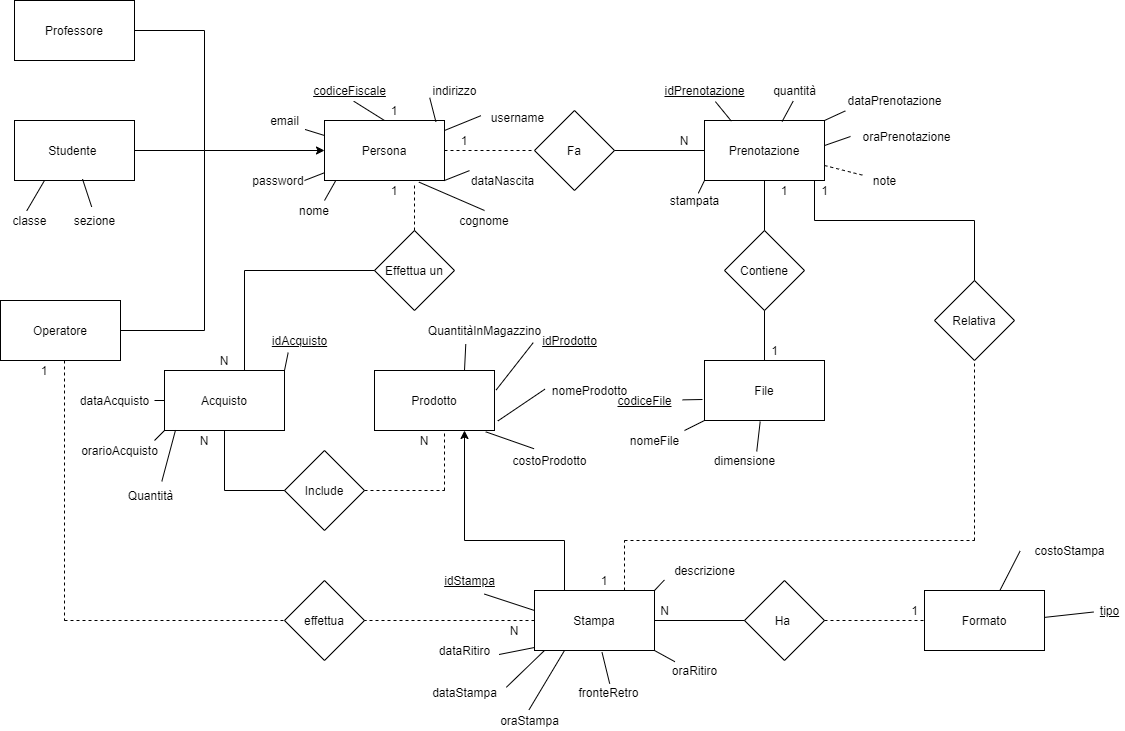
Above: Documentazione/Documentazione/Progettazione/ER .png in Depog/ProgettoInformatica (draw.io), before the change. Source tidied: cells renumbered, new cells last; positions are measured from the earlier drawing's top-left corner, leaving out a move shared by most shapes.
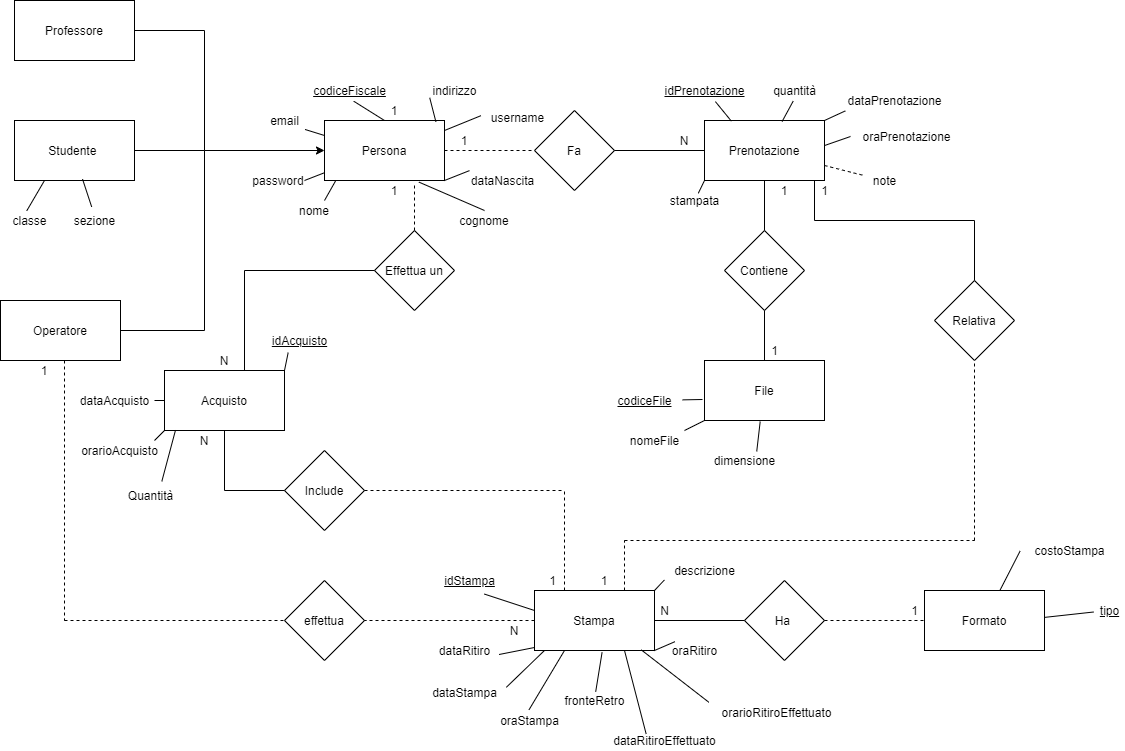
The same file after the commit.

The edit, as a diff of the source:
```diff
@@ -59,9 +59,6 @@
     <mxCell id="20" value="Effettua un" style="rhombus;whiteSpace=wrap;html=1;" parent="1" vertex="1">
       <mxGeometry x="374" y="230" width="80" height="80" as="geometry" />
     </mxCell>
-    <mxCell id="21" value="Prodotto" style="rounded=0;whiteSpace=wrap;html=1;" parent="1" vertex="1">
-      <mxGeometry x="374" y="370" width="120" height="60" as="geometry" />
-    </mxCell>
     <mxCell id="22" style="endArrow=none;dashed=1;html=1;entryX=1;entryY=0.25;entryDx=0;entryDy=0;exitX=0.5;exitY=0;exitDx=0;exitDy=0;" parent="1" edge="1" source="20" target="24">
       <mxGeometry relative="1" as="geometry" />
     </mxCell>
@@ -191,24 +188,6 @@
     <mxCell id="59" style="endArrow=none;html=1;entryX=-0.035;entryY=0.576;entryDx=0;entryDy=0;entryPerimeter=0;exitX=1.001;exitY=0.448;exitDx=0;exitDy=0;exitPerimeter=0;" parent="1" edge="1" source="9" target="58">
       <mxGeometry relative="1" as="geometry" />
     </mxCell>
-    <mxCell id="60" value="&lt;u&gt;idProdotto&lt;/u&gt;" style="text;html=1;align=center;verticalAlign=middle;points=[];" parent="1" vertex="1">
-      <mxGeometry x="534" y="330" width="70" height="20" as="geometry" />
-    </mxCell>
-    <mxCell id="61" value="nomeProdotto" style="text;html=1;align=center;verticalAlign=middle;points=[];" parent="1" vertex="1">
-      <mxGeometry x="544" y="380" width="90" height="20" as="geometry" />
-    </mxCell>
-    <mxCell id="62" value="costoProdotto" style="text;html=1;align=center;verticalAlign=middle;points=[];" parent="1" vertex="1">
-      <mxGeometry x="504" y="450" width="90" height="20" as="geometry" />
-    </mxCell>
-    <mxCell id="63" style="endArrow=none;html=1;entryX=-0.018;entryY=0.607;entryDx=0;entryDy=0;entryPerimeter=0;exitX=1.014;exitY=0.324;exitDx=0;exitDy=0;exitPerimeter=0;" parent="1" edge="1" source="21" target="60">
-      <mxGeometry relative="1" as="geometry" />
-    </mxCell>
-    <mxCell id="64" style="endArrow=none;html=1;entryX=0.004;entryY=0.436;entryDx=0;entryDy=0;entryPerimeter=0;exitX=1.028;exitY=0.841;exitDx=0;exitDy=0;exitPerimeter=0;" parent="1" edge="1" source="21" target="61">
-      <mxGeometry relative="1" as="geometry" />
-    </mxCell>
-    <mxCell id="65" style="endArrow=none;html=1;entryX=0.927;entryY=1.022;entryDx=0;entryDy=0;entryPerimeter=0;exitX=0.328;exitY=-0.088;exitDx=0;exitDy=0;exitPerimeter=0;" parent="1" edge="1" source="62" target="21">
-      <mxGeometry relative="1" as="geometry" />
-    </mxCell>
     <mxCell id="66" value="Professore" style="rounded=0;whiteSpace=wrap;html=1;" parent="1" vertex="1">
       <mxGeometry x="14" width="120" height="60" as="geometry" />
     </mxCell>
@@ -290,9 +269,6 @@
         <mxPoint x="224" y="490" as="sourcePoint" />
       </mxGeometry>
     </mxCell>
-    <mxCell id="86" value="N" style="text;html=1;strokeColor=none;fillColor=none;align=center;verticalAlign=middle;whiteSpace=wrap;rounded=0;" parent="1" vertex="1">
-      <mxGeometry x="404" y="430" width="40" height="20" as="geometry" />
-    </mxCell>
     <mxCell id="87" value="N" style="text;html=1;strokeColor=none;fillColor=none;align=center;verticalAlign=middle;whiteSpace=wrap;rounded=0;" parent="1" vertex="1">
       <mxGeometry x="184" y="430" width="40" height="20" as="geometry" />
     </mxCell>
@@ -324,9 +300,10 @@
     <mxCell id="95" style="endArrow=none;html=1;entryX=0.092;entryY=0.992;entryDx=0;entryDy=0;entryPerimeter=0;exitX=0.689;exitY=-0.208;exitDx=0;exitDy=0;exitPerimeter=0;" parent="1" edge="1" source="94" target="80">
       <mxGeometry relative="1" as="geometry" />
     </mxCell>
-    <mxCell id="96" style="endArrow=none;dashed=1;html=1;entryX=1;entryY=0;entryDx=0;entryDy=0;" parent="1" edge="1" target="86">
+    <mxCell id="96" style="endArrow=none;dashed=1;html=1;" parent="1" edge="1">
       <mxGeometry relative="1" as="geometry">
         <mxPoint x="444" y="490" as="sourcePoint" />
+        <mxPoint x="564" y="490" as="targetPoint" />
       </mxGeometry>
     </mxCell>
     <mxCell id="97" style="endArrow=none;dashed=1;html=1;exitX=1;exitY=0.5;exitDx=0;exitDy=0;" parent="1" edge="1" source="83">
@@ -345,22 +322,6 @@
         <mxPoint x="534" y="620" as="sourcePoint" />
       </mxGeometry>
     </mxCell>
-    <mxCell id="101" style="endArrow=none;html=1;fontFamily=Helvetica;fontSize=11;fontColor=#000000;align=center;strokeColor=#000000;entryX=0.25;entryY=0;entryDx=0;entryDy=0;" parent="1" edge="1" target="10">
-      <mxGeometry relative="1" as="geometry">
-        <mxPoint x="564" y="540" as="sourcePoint" />
-      </mxGeometry>
-    </mxCell>
-    <mxCell id="102" style="endArrow=none;html=1;" parent="1" edge="1">
-      <mxGeometry relative="1" as="geometry">
-        <mxPoint x="464" y="540" as="sourcePoint" />
-        <mxPoint x="564" y="540" as="targetPoint" />
-      </mxGeometry>
-    </mxCell>
-    <mxCell id="103" style="endArrow=classic;html=1;entryX=0.75;entryY=1;entryDx=0;entryDy=0;" parent="1" edge="1" target="21">
-      <mxGeometry relative="1" as="geometry">
-        <mxPoint x="464" y="540" as="sourcePoint" />
-      </mxGeometry>
-    </mxCell>
     <mxCell id="104" style="endArrow=none;html=1;entryX=0;entryY=0.5;entryDx=0;entryDy=0;exitX=1;exitY=0.5;exitDx=0;exitDy=0;" parent="1" edge="1" source="10" target="8">
       <mxGeometry relative="1" as="geometry" />
     </mxCell>
@@ -377,7 +338,7 @@
       <mxGeometry x="584" y="570" width="40" height="20" as="geometry" />
     </mxCell>
     <mxCell id="109" value="fronteRetro" style="text;html=1;align=center;verticalAlign=middle;points=[];" parent="1" vertex="1">
-      <mxGeometry x="568" y="682" width="80" height="20" as="geometry" />
+      <mxGeometry x="554" y="690" width="80" height="20" as="geometry" />
     </mxCell>
     <mxCell id="110" style="endArrow=none;html=1;entryX=0.563;entryY=1.033;entryDx=0;entryDy=0;entryPerimeter=0;exitX=0.515;exitY=0.06;exitDx=0;exitDy=0;exitPerimeter=0;" parent="1" edge="1" source="109" target="10">
       <mxGeometry relative="1" as="geometry" />
@@ -392,7 +353,7 @@
       <mxGeometry x="494" y="710" width="70" height="20" as="geometry" />
     </mxCell>
     <mxCell id="114" value="oraRitiro" style="text;html=1;align=center;verticalAlign=middle;points=[];" parent="1" vertex="1">
-      <mxGeometry x="664" y="660" width="60" height="20" as="geometry" />
+      <mxGeometry x="664" y="640" width="60" height="20" as="geometry" />
     </mxCell>
     <mxCell id="115" style="endArrow=none;html=1;exitX=0.994;exitY=0.7;exitDx=0;exitDy=0;exitPerimeter=0;" parent="1" edge="1" source="111">
       <mxGeometry relative="1" as="geometry">
@@ -473,11 +434,25 @@
     <mxCell id="134" style="endArrow=none;dashed=1;html=1;exitX=1;exitY=0.75;exitDx=0;exitDy=0;entryX=0.012;entryY=0.264;entryDx=0;entryDy=0;entryPerimeter=0;" parent="1" edge="1" source="2" target="133">
       <mxGeometry relative="1" as="geometry" />
     </mxCell>
-    <mxCell id="135" value="QuantitàInMagazzino" style="text;html=1;align=center;verticalAlign=middle;points=[];" parent="1" vertex="1">
-      <mxGeometry x="419" y="320" width="130" height="20" as="geometry" />
-    </mxCell>
-    <mxCell id="136" style="endArrow=none;html=1;entryX=0.75;entryY=0;entryDx=0;entryDy=0;exitX=0.356;exitY=1.183;exitDx=0;exitDy=0;exitPerimeter=0;" parent="1" edge="1" source="135" target="21">
-      <mxGeometry relative="1" as="geometry" />
-    </mxCell>
+    <mxCell id="137" style="endArrow=none;dashed=1;html=1;exitX=0.25;exitY=0;exitDx=0;exitDy=0;" parent="1" edge="1" source="10">
+      <mxGeometry relative="1" as="geometry">
+        <mxPoint x="564" y="490" as="targetPoint" />
+      </mxGeometry>
+    </mxCell>
+    <mxCell id="138" value="1" style="text;html=1;align=center;verticalAlign=middle;" parent="1" vertex="1">
+      <mxGeometry x="542" y="570" width="20" height="20" as="geometry" />
+    </mxCell>
+    <mxCell id="139" value="&lt;span style=&quot;line-height: 107%&quot;&gt;&lt;font style=&quot;font-size: 12px&quot;&gt;dataRitiroEffettuato&lt;/font&gt;&lt;/span&gt;" style="text;html=1;align=center;verticalAlign=middle;points=[];" parent="1" vertex="1">
+      <mxGeometry x="604" y="730" width="120" height="20" as="geometry" />
+    </mxCell>
+    <mxCell id="140" style="endArrow=none;html=1;entryX=0.75;entryY=1;entryDx=0;entryDy=0;exitX=0.347;exitY=0.17;exitDx=0;exitDy=0;exitPerimeter=0;" parent="1" edge="1" source="139" target="10">
+      <mxGeometry relative="1" as="geometry" />
+    </mxCell>
+    <mxCell id="141" value="orarioRitiroEffettuato" style="text;html=1;align=center;verticalAlign=middle;points=[];" parent="1" vertex="1">
+      <mxGeometry x="711" y="702" width="130" height="20" as="geometry" />
+    </mxCell>
+    <mxCell id="142" style="endArrow=none;html=1;entryX=0.89;entryY=0.99;entryDx=0;entryDy=0;entryPerimeter=0;exitX=-0.02;exitY=-0.01;exitDx=0;exitDy=0;exitPerimeter=0;" parent="1" edge="1" source="141" target="10">
+      <mxGeometry relative="1" as="geometry" />
+    </mxCell>
   </root>
 </mxGraphModel>
```
